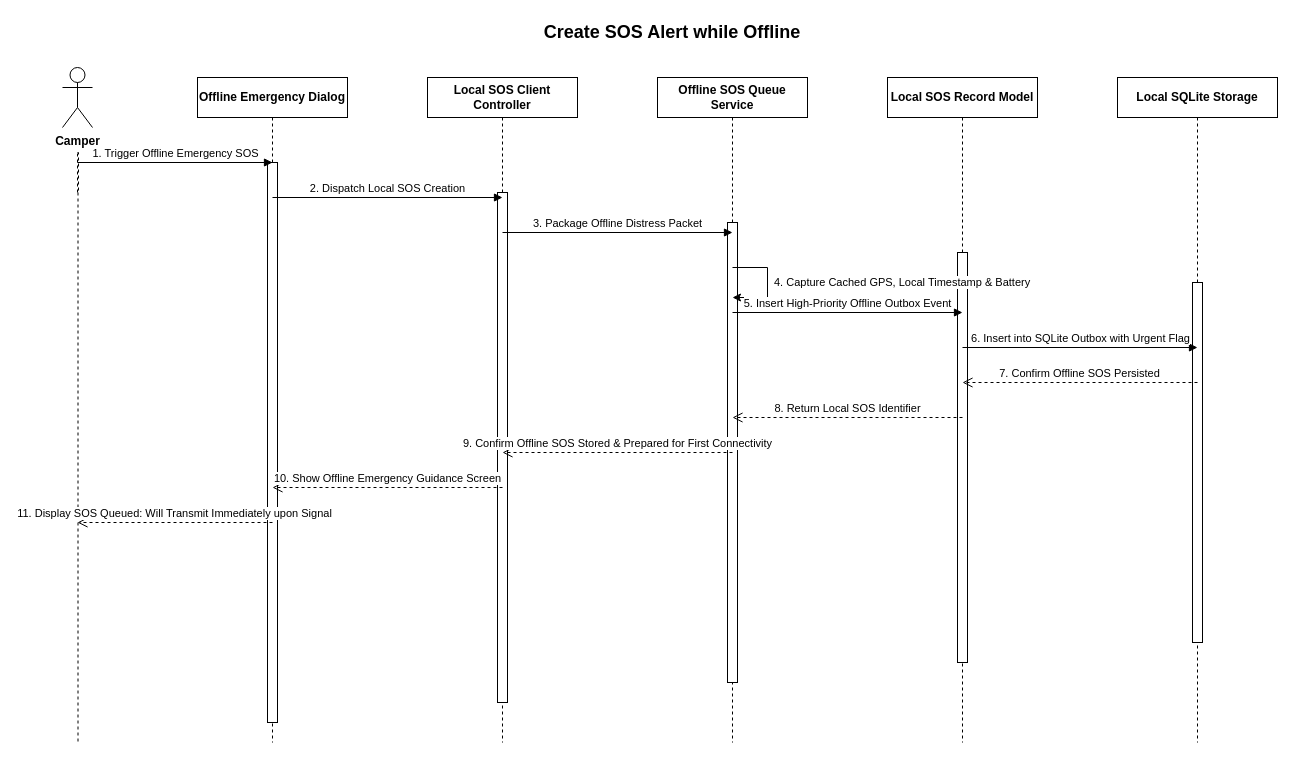
The draw.io diagram docs/sequence-diagrams/CTMS-76-Create-SOS-Alert-while-Offline.drawio in SEM9-CAPSTONE/CTMS, before the edit. Source tidied: cells renumbered, new cells numbered last; positions are measured from the earlier drawing's top-left corner, leaving out a move shared by most shapes. Both pictures are drawn from the tidied source at 100%, with x=0, y=0 at pixel (62, 17).
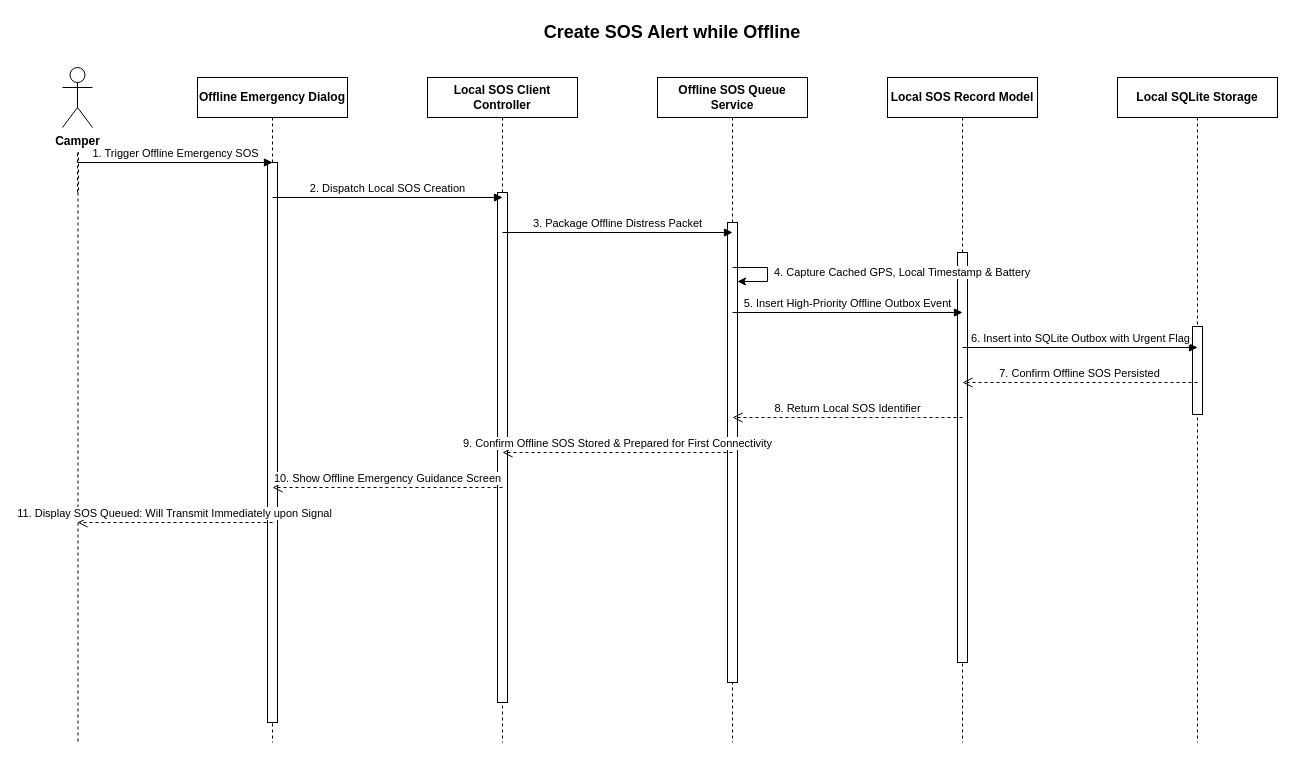
The same page after the edit.

The change refers to these unchanged cells:
```xml
<mxCell id="10" style="html=1;points=[];perimeter=orthogonalPerimeter;outlineConnect=0;targetShapes=umlLifeline;portConstraint=eastwest;fillColor=#ffffff;strokeColor=#000000;" parent="9" vertex="1">
  <mxGeometry x="70" y="145" width="10" height="460" as="geometry" />
</mxCell>
<mxCell id="13" value="Local SQLite Storage" style="shape=umlLifeline;perimeter=lifelinePerimeter;whiteSpace=wrap;html=1;fillColor=#ffffff;strokeColor=#000000;fontColor=#000000;fontStyle=1;" parent="1" vertex="1">
  <mxGeometry x="1055" y="60" width="160" height="665" as="geometry" />
</mxCell>
```

Change to the diagram source:
```diff
@@
     <mxCell id="14" style="html=1;perimeter=orthogonalPerimeter;targetShapes=umlLifeline;fillColor=#ffffff;strokeColor=#000000;" parent="13" vertex="1">
-      <mxGeometry x="75" y="205" width="10" height="360" as="geometry" />
+      <mxGeometry x="75" y="249" width="10" height="88" as="geometry" />
     </mxCell>
@@
-    <mxCell id="18" value="4. Capture Cached GPS, Local Timestamp &amp; Battery" style="html=1;align=left;spacingLeft=5;verticalAlign=middle;rounded=0;edgeStyle=orthogonalEdgeStyle;endArrow=classic;strokeColor=#000000;fontColor=#000000;fillColor=none;labelBackgroundColor=#ffffff;" parent="1" edge="1">
+    <mxCell id="18" value="4. Capture Cached GPS, Local Timestamp &amp; Battery" style="html=1;align=left;spacingLeft=5;verticalAlign=middle;rounded=0;edgeStyle=orthogonalEdgeStyle;endArrow=classic;strokeColor=#000000;fontColor=#000000;fillColor=none;labelBackgroundColor=#ffffff;" parent="1" edge="1" target="10">
       <mxGeometry relative="1" as="geometry">
         <mxPoint x="670" y="250" as="sourcePoint" />
-        <mxPoint x="670" y="280" as="targetPoint" />
         <Array as="points">
           <mxPoint x="705" y="250" />
-          <mxPoint x="705" y="280" />
+          <mxPoint x="705" y="264" />
         </Array>
       </mxGeometry>
     </mxCell>
```
